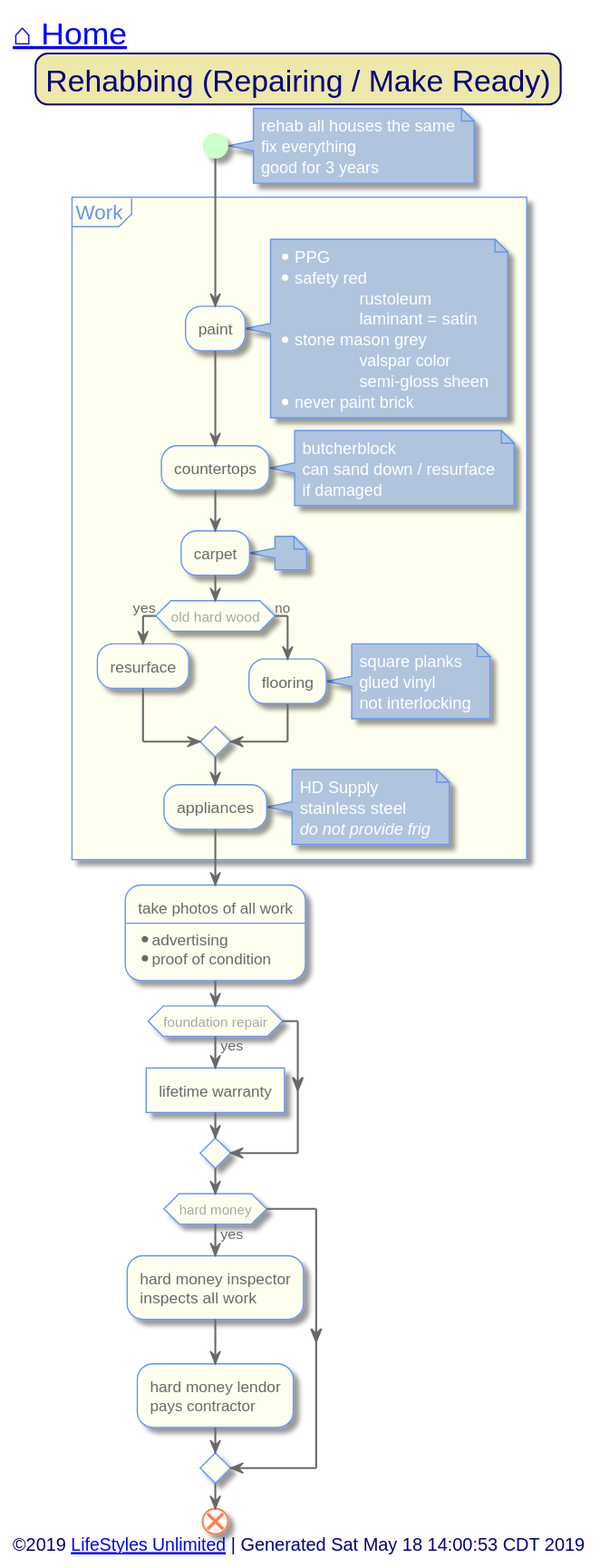
Before: out/src/single-family/rehabbing.svg, a diagram exported from PlantUML (toddmo/lifestylesunlimited).
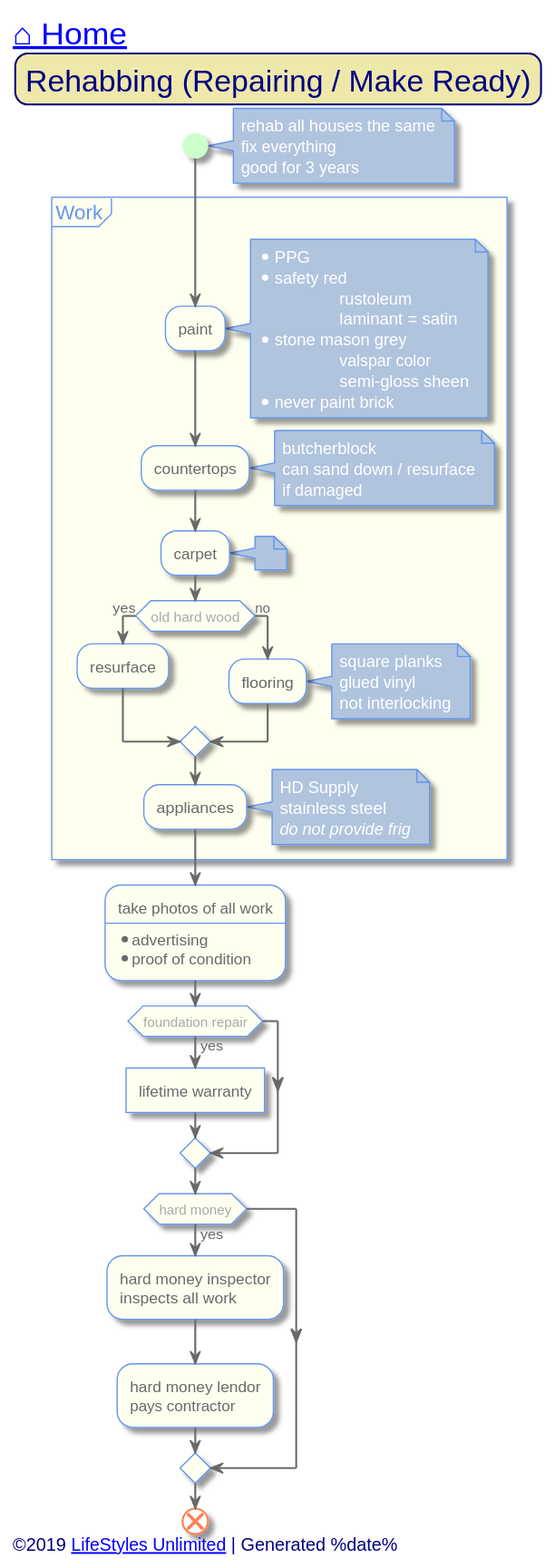
Above is the later version.

The edit, as a diff of the source:
```diff
@@ -155,7 +155,7 @@
 
 
 left footer
-	<font size=14>©2019 [[http://www.lifestylesunlimited.com LifeStyles Unlimited]] | Generated Sat May 18 14:00:53 CDT 2019</font>
+	<font size=14>©2019 [[http://www.lifestylesunlimited.com LifeStyles Unlimited]] | Generated %date%</font>
 endfooter
 
 
```
